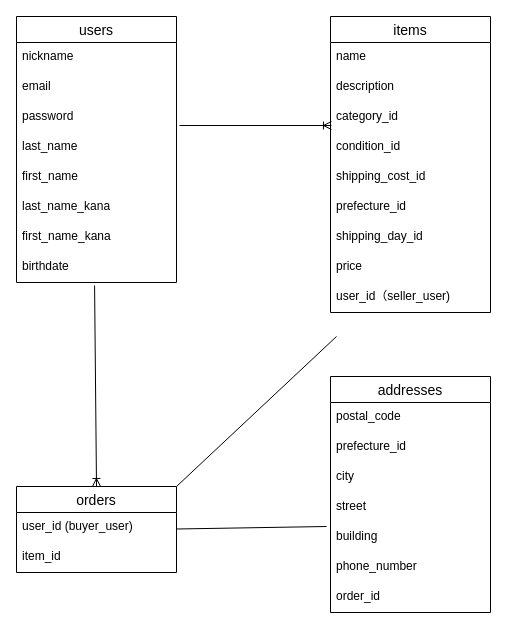
The draw.io diagram test.dio in fuokuyama16/furima-41014, before the edit. Source tidied: cells renumbered, new cells numbered last; positions are measured from the earlier drawing's top-left corner, leaving out a move shared by most shapes. Both pictures are drawn from the tidied source at 100%, with x=0, y=0 at pixel (16, 16).
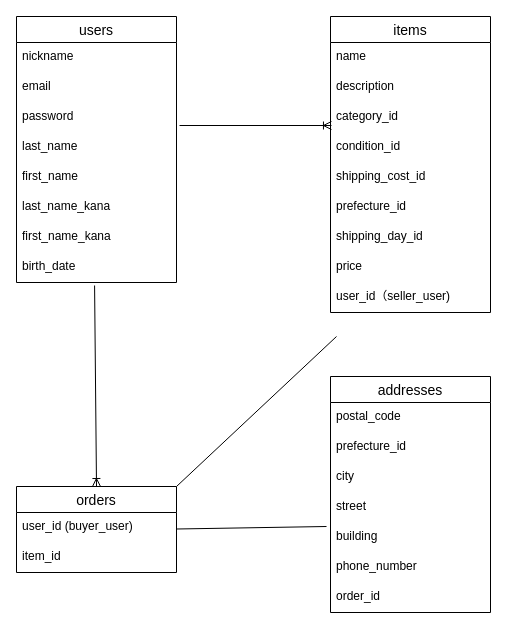
The same diagram, later.

The change refers to these unchanged cells:
```xml
<mxCell id="2" value="users" style="swimlane;fontStyle=0;horizontal=1;startSize=26;align=center;fontSize=14;" parent="1" vertex="1">
  <mxGeometry width="160" height="266" as="geometry" />
</mxCell>
```

Change to the diagram source:
```diff
@@
-    <mxCell id="10" value="birthdate" style="text;strokeColor=none;fillColor=none;spacingLeft=4;spacingRight=4;overflow=hidden;points=[[0,0.5],[1,0.5]];portConstraint=eastwest;fontSize=12;" parent="2" vertex="1">
+    <mxCell id="10" value="birth_date" style="text;strokeColor=none;fillColor=none;spacingLeft=4;spacingRight=4;overflow=hidden;points=[[0,0.5],[1,0.5]];portConstraint=eastwest;fontSize=12;" parent="2" vertex="1">
       <mxGeometry y="236" width="160" height="30" as="geometry" />
     </mxCell>
```
